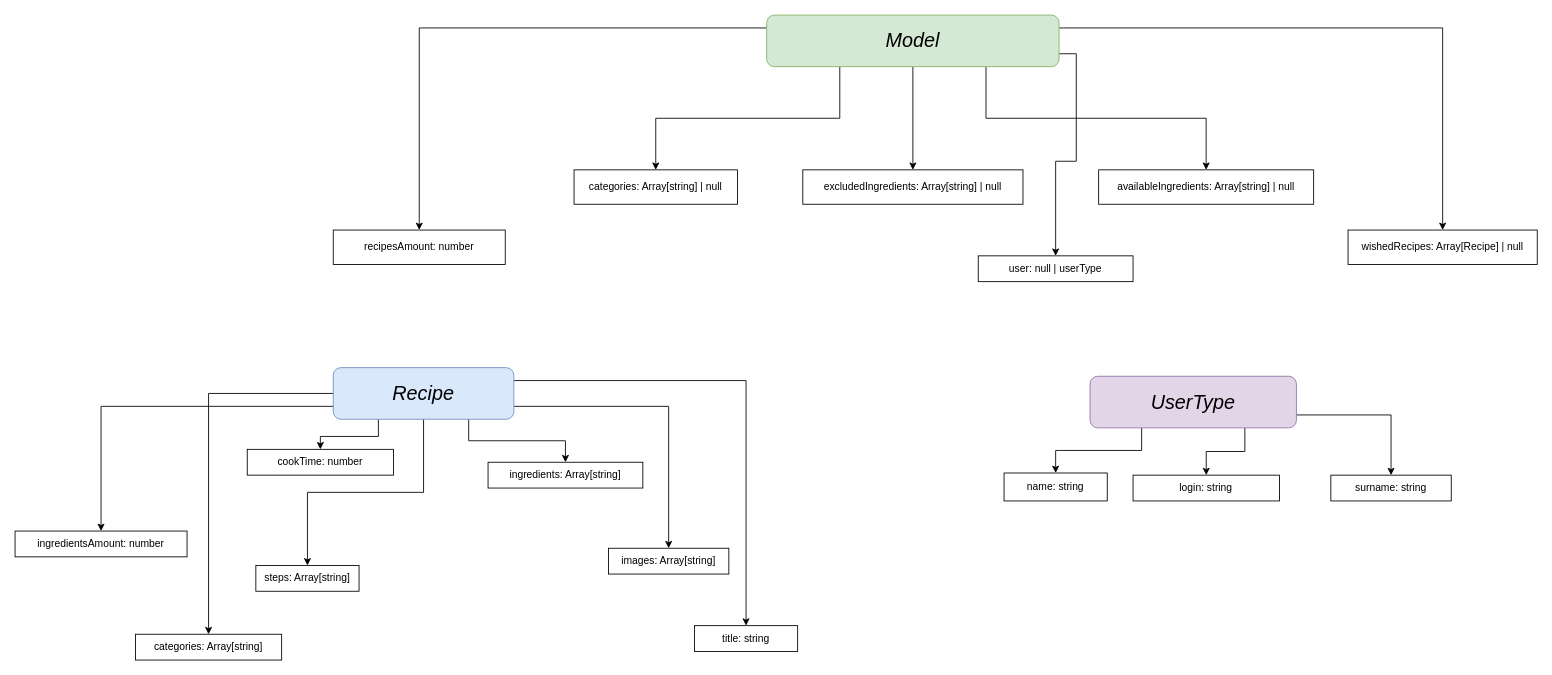
Earlier version of the draw.io diagram src/model/gudfud_model.drawio (anatoliypus/gudfud_front). Source tidied: cells renumbered, new cells numbered last; positions are measured from the earlier drawing's top-left corner, leaving out a move shared by most shapes. Both pictures are drawn from the tidied source at 86%, with x=0, y=0 at pixel (15, 15).
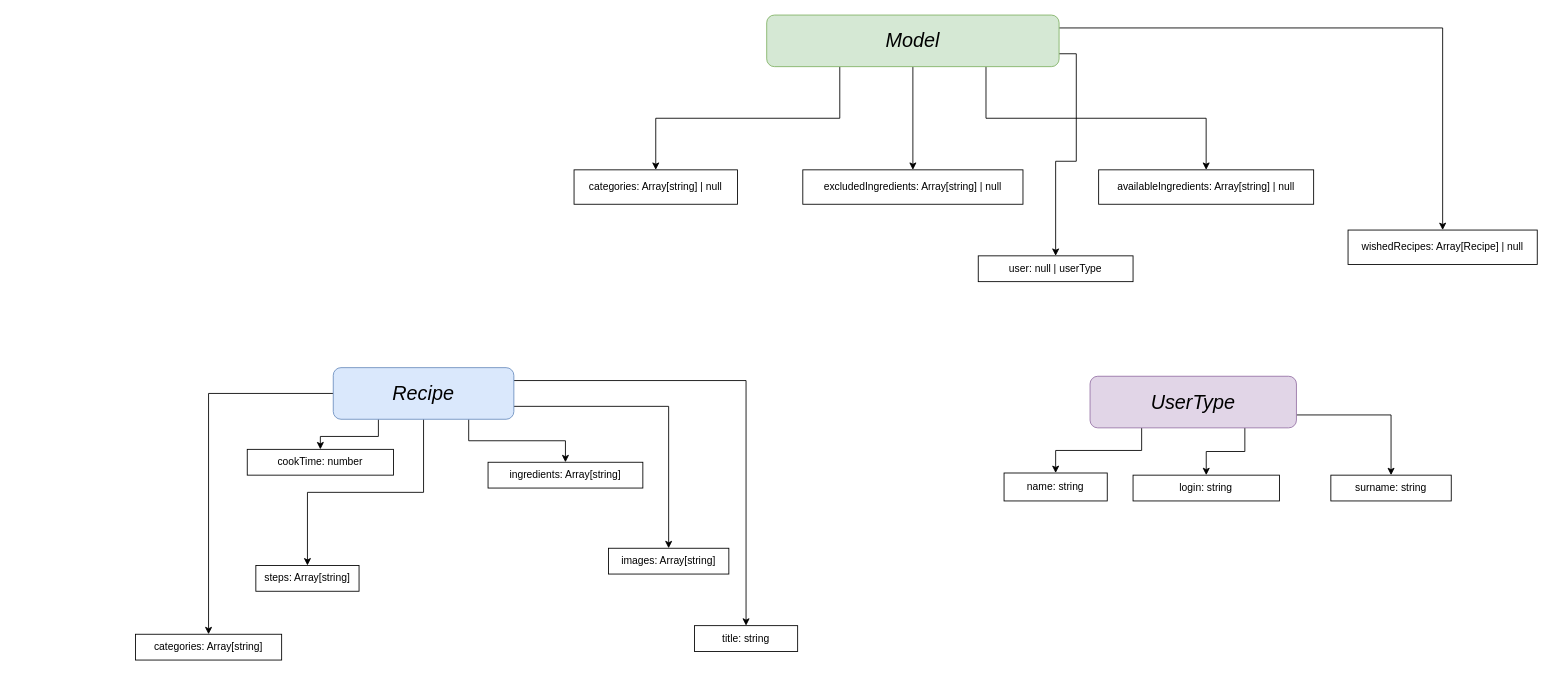
The same page after the edit.

Unchanged cells that the change refers to:
```xml
<mxCell id="8" value="&lt;span style=&quot;font-weight: normal&quot;&gt;Model&lt;/span&gt;" style="rounded=1;whiteSpace=wrap;html=1;fillColor=#d5e8d4;strokeColor=#82b366;fontSize=23;fontStyle=3;" parent="1" vertex="1">
  <mxGeometry x="874" width="340" height="60" as="geometry" />
</mxCell>
<mxCell id="21" value="Recipe" style="rounded=1;whiteSpace=wrap;html=1;fontSize=23;fillColor=#dae8fc;strokeColor=#6c8ebf;fontStyle=2;" parent="1" vertex="1">
  <mxGeometry x="370" y="410" width="210" height="60" as="geometry" />
</mxCell>
```

What changed in the source:
```diff
@@
-    <mxCell id="5" style="edgeStyle=orthogonalEdgeStyle;rounded=0;jettySize=auto;html=1;exitX=0;exitY=0.25;exitDx=0;exitDy=0;fontSize=23;" parent="1" edge="1" source="8" target="12">
-      <mxGeometry relative="1" as="geometry" />
-    </mxCell>
@@
-    <mxCell id="12" value="recipesAmount: number" style="rounded=0;whiteSpace=wrap;html=1;" parent="1" vertex="1">
-      <mxGeometry x="370" y="250" width="200" height="40" as="geometry" />
-    </mxCell>
@@
-    <mxCell id="20" style="edgeStyle=orthogonalEdgeStyle;rounded=0;jettySize=auto;html=1;exitX=0;exitY=0.75;exitDx=0;exitDy=0;fontSize=23;" parent="1" edge="1" source="21" target="28">
-      <mxGeometry relative="1" as="geometry" />
-    </mxCell>
@@
-    <mxCell id="28" value="ingredientsAmount: number" style="rounded=0;whiteSpace=wrap;html=1;" parent="1" vertex="1">
-      <mxGeometry y="600" width="200" height="30" as="geometry" />
-    </mxCell>
```
